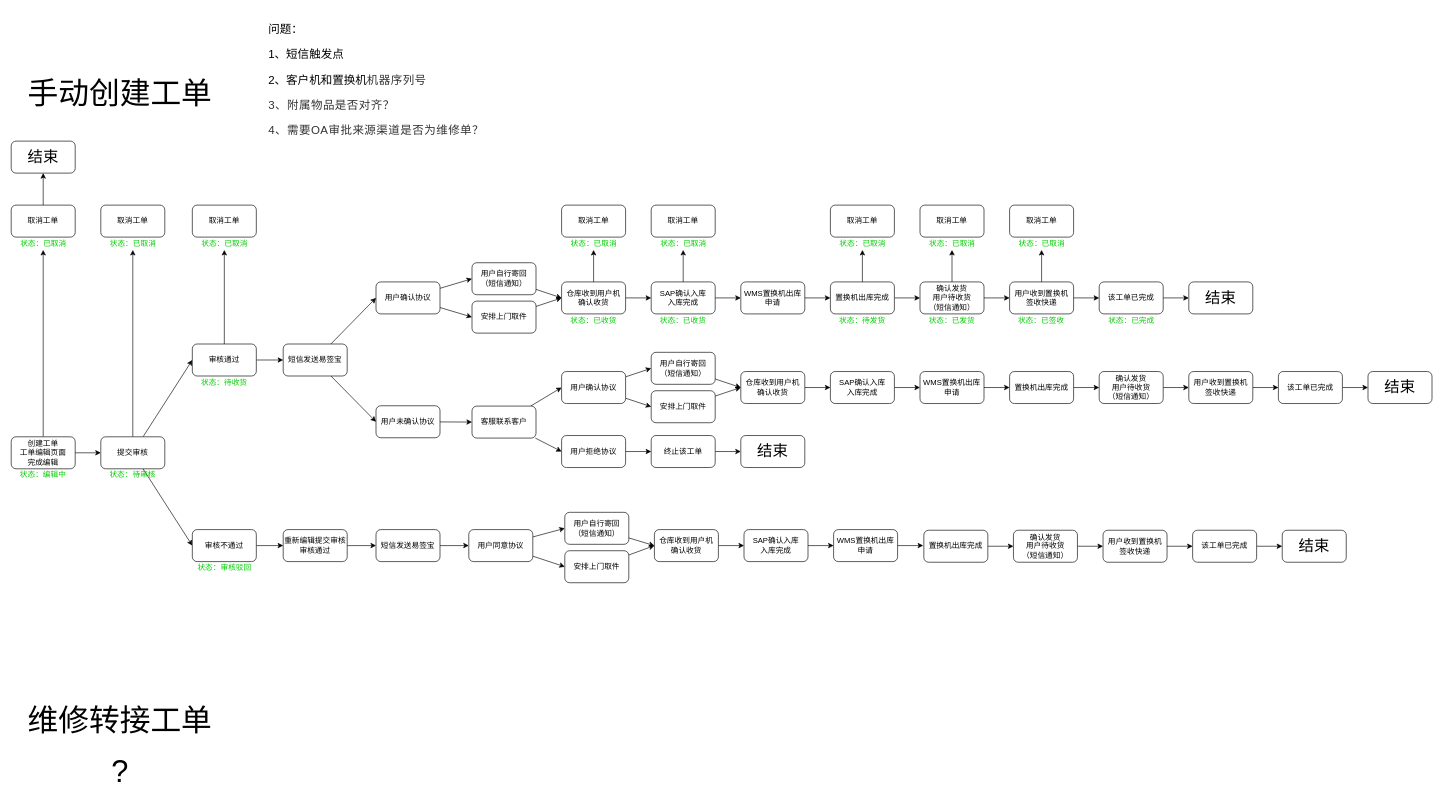
ErbanZ/DOG keeps this draw.io diagram as 场景.drawio. Above is the earlier version. Source tidied: cells renumbered, new cells numbered last; positions are measured from the earlier drawing's top-left corner, leaving out a move shared by most shapes. Both pictures are drawn from the tidied source at 64%, with x=0, y=0 at pixel (11, 19).
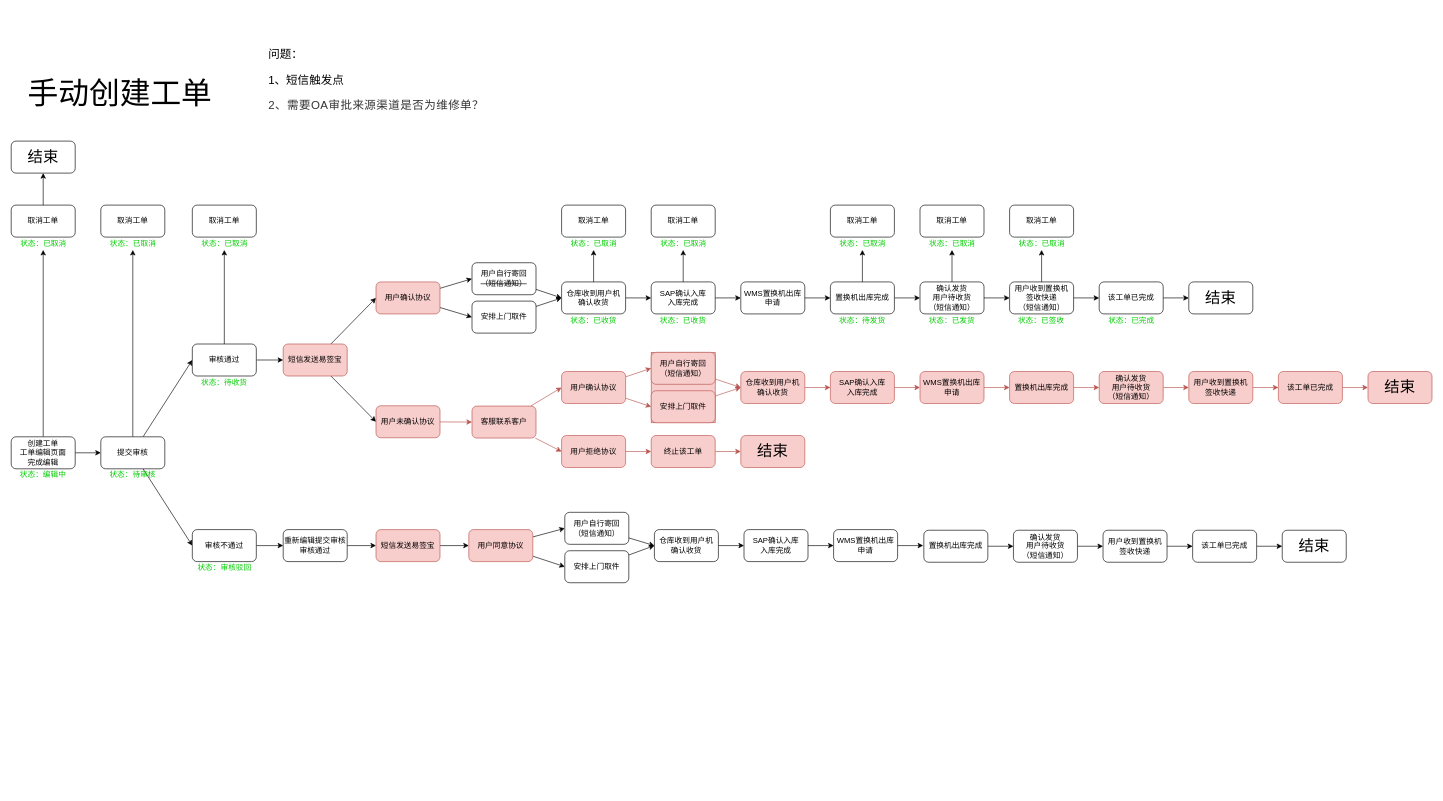
After the change.

Commit message:
完成需求评审

The change refers to these unchanged cells:
```xml
<mxCell id="22" style="group;" parent="1" vertex="1">
  <mxGeometry x="720" y="380" width="100" height="110" as="geometry" />
</mxCell>
```

Diff of the diagram source:
```diff
@@
-    <mxCell id="15" value="短信发送易签宝" style="rounded=1;whiteSpace=wrap;html=1;" parent="1" vertex="1">
+    <mxCell id="15" value="短信发送易签宝" style="rounded=1;whiteSpace=wrap;html=1;fillColor=#f8cecc;strokeColor=#b85450;" parent="1" vertex="1">
       <mxGeometry x="425" y="507" width="100" height="50" as="geometry" />
     </mxCell>
@@
-    <mxCell id="18" value="用户确认协议" style="rounded=1;whiteSpace=wrap;html=1;" parent="1" vertex="1">
+    <mxCell id="18" value="用户确认协议" style="rounded=1;whiteSpace=wrap;html=1;fillColor=#f8cecc;strokeColor=#b85450;" parent="1" vertex="1">
       <mxGeometry x="570" y="410" width="100" height="50" as="geometry" />
     </mxCell>
@@
-    <mxCell id="23" value="用户自行寄回&lt;br&gt;（短信通知）" style="rounded=1;whiteSpace=wrap;html=1;" parent="22" vertex="1">
+    <mxCell id="23" value="用户自行寄回&lt;br&gt;&lt;strike&gt;（短信通知）&lt;/strike&gt;" style="rounded=1;whiteSpace=wrap;html=1;" parent="22" vertex="1">
       <mxGeometry width="100" height="50" as="geometry" />
     </mxCell>
@@
-    <mxCell id="32" value="用户收到置换机&lt;br&gt;签收快递" style="rounded=1;whiteSpace=wrap;html=1;" parent="1" vertex="1">
+    <mxCell id="32" value="用户收到置换机&lt;br&gt;签收快递&lt;br&gt;（短信通知）" style="rounded=1;whiteSpace=wrap;html=1;" parent="1" vertex="1">
       <mxGeometry x="1560" y="410" width="100" height="50" as="geometry" />
     </mxCell>
@@
-    <mxCell id="40" value="短信发送易签宝" style="rounded=1;whiteSpace=wrap;html=1;" parent="1" vertex="1">
+    <mxCell id="40" value="短信发送易签宝" style="rounded=1;whiteSpace=wrap;html=1;fillColor=#f8cecc;strokeColor=#b85450;" parent="1" vertex="1">
       <mxGeometry x="570" y="797" width="100" height="50" as="geometry" />
     </mxCell>
@@
-    <mxCell id="43" value="用户同意协议" style="rounded=1;whiteSpace=wrap;html=1;" parent="1" vertex="1">
+    <mxCell id="43" value="用户同意协议" style="rounded=1;whiteSpace=wrap;html=1;fillColor=#f8cecc;strokeColor=#b85450;" parent="1" vertex="1">
       <mxGeometry x="715" y="797" width="100" height="50" as="geometry" />
     </mxCell>
@@
-    <mxCell id="53" style="edgeStyle=none;rounded=0;jettySize=auto;html=1;entryX=0;entryY=0.5;entryDx=0;entryDy=0;" parent="1" edge="1" source="54" target="57">
+    <mxCell id="53" style="edgeStyle=none;rounded=0;jettySize=auto;html=1;entryX=0;entryY=0.5;entryDx=0;entryDy=0;fillColor=#f8cecc;strokeColor=#b85450;" parent="1" edge="1" source="54" target="57">
       <mxGeometry relative="1" as="geometry" />
     </mxCell>
-    <mxCell id="54" value="用户未确认协议" style="rounded=1;whiteSpace=wrap;html=1;" parent="1" vertex="1">
+    <mxCell id="54" value="用户未确认协议" style="rounded=1;whiteSpace=wrap;html=1;fillColor=#f8cecc;strokeColor=#b85450;" parent="1" vertex="1">
       <mxGeometry x="570" y="603.5" width="100" height="50" as="geometry" />
     </mxCell>
-    <mxCell id="55" style="edgeStyle=none;rounded=0;jettySize=auto;html=1;entryX=0;entryY=0.5;entryDx=0;entryDy=0;" parent="1" edge="1" source="57" target="64">
+    <mxCell id="55" style="edgeStyle=none;rounded=0;jettySize=auto;html=1;entryX=0;entryY=0.5;entryDx=0;entryDy=0;fillColor=#f8cecc;strokeColor=#b85450;" parent="1" edge="1" source="57" target="64">
       <mxGeometry relative="1" as="geometry" />
     </mxCell>
-    <mxCell id="56" style="edgeStyle=none;rounded=0;jettySize=auto;html=1;entryX=0;entryY=0.5;entryDx=0;entryDy=0;" parent="1" edge="1" source="57" target="66">
+    <mxCell id="56" style="edgeStyle=none;rounded=0;jettySize=auto;html=1;entryX=0;entryY=0.5;entryDx=0;entryDy=0;fillColor=#f8cecc;strokeColor=#b85450;" parent="1" edge="1" source="57" target="66">
       <mxGeometry relative="1" as="geometry" />
     </mxCell>
-    <mxCell id="57" value="客服联系客户" style="rounded=1;whiteSpace=wrap;html=1;" parent="1" vertex="1">
+    <mxCell id="57" value="客服联系客户" style="rounded=1;whiteSpace=wrap;html=1;fillColor=#f8cecc;strokeColor=#b85450;" parent="1" vertex="1">
       <mxGeometry x="720" y="604" width="100" height="50" as="geometry" />
     </mxCell>
-    <mxCell id="58" style="edgeStyle=none;rounded=0;jettySize=auto;html=1;entryX=0;entryY=0.5;entryDx=0;entryDy=0;" parent="1" edge="1" source="59" target="60">
+    <mxCell id="58" style="edgeStyle=none;rounded=0;jettySize=auto;html=1;entryX=0;entryY=0.5;entryDx=0;entryDy=0;fillColor=#f8cecc;strokeColor=#b85450;" parent="1" edge="1" source="59" target="60">
       <mxGeometry relative="1" as="geometry" />
     </mxCell>
-    <mxCell id="59" value="终止该工单" style="rounded=1;whiteSpace=wrap;html=1;" parent="1" vertex="1">
+    <mxCell id="59" value="终止该工单" style="rounded=1;whiteSpace=wrap;html=1;fillColor=#f8cecc;strokeColor=#b85450;" parent="1" vertex="1">
       <mxGeometry x="1000" y="650" width="100" height="50" as="geometry" />
     </mxCell>
-    <mxCell id="60" value="&lt;font style=&quot;font-size: 24px&quot;&gt;结束&lt;/font&gt;" style="rounded=1;whiteSpace=wrap;html=1;" parent="1" vertex="1">
+    <mxCell id="60" value="&lt;font style=&quot;font-size: 24px&quot;&gt;结束&lt;/font&gt;" style="rounded=1;whiteSpace=wrap;html=1;fillColor=#f8cecc;strokeColor=#b85450;" parent="1" vertex="1">
       <mxGeometry x="1140" y="650" width="100" height="50" as="geometry" />
     </mxCell>
@@
-    <mxCell id="62" style="edgeStyle=none;rounded=0;jettySize=auto;html=1;entryX=0;entryY=0.5;entryDx=0;entryDy=0;" parent="1" edge="1" source="64" target="70">
+    <mxCell id="62" style="edgeStyle=none;rounded=0;jettySize=auto;html=1;entryX=0;entryY=0.5;entryDx=0;entryDy=0;fillColor=#f8cecc;strokeColor=#b85450;" parent="1" edge="1" source="64" target="70">
       <mxGeometry relative="1" as="geometry" />
     </mxCell>
-    <mxCell id="63" style="edgeStyle=none;rounded=0;jettySize=auto;html=1;entryX=0;entryY=0.5;entryDx=0;entryDy=0;" parent="1" edge="1" source="64" target="71">
+    <mxCell id="63" style="edgeStyle=none;rounded=0;jettySize=auto;html=1;entryX=0;entryY=0.5;entryDx=0;entryDy=0;fillColor=#f8cecc;strokeColor=#b85450;" parent="1" edge="1" source="64" target="71">
       <mxGeometry relative="1" as="geometry" />
     </mxCell>
-    <mxCell id="64" value="用户确认协议" style="rounded=1;whiteSpace=wrap;html=1;" parent="1" vertex="1">
+    <mxCell id="64" value="用户确认协议" style="rounded=1;whiteSpace=wrap;html=1;fillColor=#f8cecc;strokeColor=#b85450;" parent="1" vertex="1">
       <mxGeometry x="860" y="550" width="100" height="50" as="geometry" />
     </mxCell>
-    <mxCell id="65" style="edgeStyle=none;rounded=0;jettySize=auto;html=1;entryX=0;entryY=0.5;entryDx=0;entryDy=0;" parent="1" edge="1" source="66" target="59">
+    <mxCell id="65" style="edgeStyle=none;rounded=0;jettySize=auto;html=1;entryX=0;entryY=0.5;entryDx=0;entryDy=0;fillColor=#f8cecc;strokeColor=#b85450;" parent="1" edge="1" source="66" target="59">
       <mxGeometry relative="1" as="geometry" />
     </mxCell>
-    <mxCell id="66" value="用户拒绝协议" style="rounded=1;whiteSpace=wrap;html=1;" parent="1" vertex="1">
+    <mxCell id="66" value="用户拒绝协议" style="rounded=1;whiteSpace=wrap;html=1;fillColor=#f8cecc;strokeColor=#b85450;" parent="1" vertex="1">
       <mxGeometry x="860" y="650" width="100" height="50" as="geometry" />
     </mxCell>
-    <mxCell id="67" style="edgeStyle=none;rounded=0;jettySize=auto;html=1;entryX=0;entryY=0.5;entryDx=0;entryDy=0;" parent="1" edge="1" source="68" target="73">
+    <mxCell id="67" style="edgeStyle=none;rounded=0;jettySize=auto;html=1;entryX=0;entryY=0.5;entryDx=0;entryDy=0;fillColor=#f8cecc;strokeColor=#b85450;" parent="1" edge="1" source="68" target="73">
       <mxGeometry relative="1" as="geometry" />
     </mxCell>
-    <mxCell id="68" value="仓库收到用户机&lt;br&gt;确认收货" style="rounded=1;whiteSpace=wrap;html=1;" parent="1" vertex="1">
+    <mxCell id="68" value="仓库收到用户机&lt;br&gt;确认收货" style="rounded=1;whiteSpace=wrap;html=1;fillColor=#f8cecc;strokeColor=#b85450;" parent="1" vertex="1">
       <mxGeometry x="1140" y="550" width="100" height="50" as="geometry" />
     </mxCell>
-    <mxCell id="69" style="group;" parent="1" vertex="1">
+    <mxCell id="69" style="group;fillColor=#f8cecc;strokeColor=#b85450;" parent="1" vertex="1">
       <mxGeometry x="1000" y="520" width="100" height="110" as="geometry" />
     </mxCell>
-    <mxCell id="70" value="用户自行寄回&lt;br&gt;（短信通知）" style="rounded=1;whiteSpace=wrap;html=1;" parent="69" vertex="1">
+    <mxCell id="70" value="用户自行寄回&lt;br&gt;（短信通知）" style="rounded=1;whiteSpace=wrap;html=1;fillColor=#f8cecc;strokeColor=#b85450;" parent="69" vertex="1">
       <mxGeometry width="100" height="50" as="geometry" />
     </mxCell>
-    <mxCell id="71" value="安排上门取件" style="rounded=1;whiteSpace=wrap;html=1;" parent="69" vertex="1">
+    <mxCell id="71" value="安排上门取件" style="rounded=1;whiteSpace=wrap;html=1;fillColor=#f8cecc;strokeColor=#b85450;" parent="69" vertex="1">
       <mxGeometry y="60" width="100" height="50" as="geometry" />
     </mxCell>
-    <mxCell id="72" style="edgeStyle=none;rounded=0;jettySize=auto;html=1;entryX=0;entryY=0.5;entryDx=0;entryDy=0;" parent="1" edge="1" source="73" target="75">
+    <mxCell id="72" style="edgeStyle=none;rounded=0;jettySize=auto;html=1;entryX=0;entryY=0.5;entryDx=0;entryDy=0;fillColor=#f8cecc;strokeColor=#b85450;" parent="1" edge="1" source="73" target="75">
       <mxGeometry relative="1" as="geometry" />
     </mxCell>
-    <mxCell id="73" value="SAP确认入库&lt;br&gt;入库完成" style="rounded=1;whiteSpace=wrap;html=1;" parent="1" vertex="1">
+    <mxCell id="73" value="SAP确认入库&lt;br&gt;入库完成" style="rounded=1;whiteSpace=wrap;html=1;fillColor=#f8cecc;strokeColor=#b85450;" parent="1" vertex="1">
       <mxGeometry x="1280" y="550" width="100" height="50" as="geometry" />
     </mxCell>
-    <mxCell id="74" style="edgeStyle=none;rounded=0;jettySize=auto;html=1;entryX=0;entryY=0.5;entryDx=0;entryDy=0;" parent="1" edge="1" source="75">
+    <mxCell id="74" style="edgeStyle=none;rounded=0;jettySize=auto;html=1;entryX=0;entryY=0.5;entryDx=0;entryDy=0;fillColor=#f8cecc;strokeColor=#b85450;" parent="1" edge="1" source="75">
       <mxGeometry relative="1" as="geometry">
         <mxPoint x="1560" y="575" as="targetPoint" />
       </mxGeometry>
     </mxCell>
-    <mxCell id="75" value="WMS置换机出库申请" style="rounded=1;whiteSpace=wrap;html=1;" parent="1" vertex="1">
+    <mxCell id="75" value="WMS置换机出库申请" style="rounded=1;whiteSpace=wrap;html=1;fillColor=#f8cecc;strokeColor=#b85450;" parent="1" vertex="1">
       <mxGeometry x="1420" y="550" width="100" height="50" as="geometry" />
     </mxCell>
@@
-    <mxCell id="78" style="edgeStyle=none;rounded=0;jettySize=auto;html=1;entryX=0;entryY=0.5;entryDx=0;entryDy=0;" parent="1" edge="1" source="70" target="68">
+    <mxCell id="78" style="edgeStyle=none;rounded=0;jettySize=auto;html=1;entryX=0;entryY=0.5;entryDx=0;entryDy=0;fillColor=#f8cecc;strokeColor=#b85450;" parent="1" edge="1" source="70" target="68">
       <mxGeometry relative="1" as="geometry" />
     </mxCell>
-    <mxCell id="79" style="edgeStyle=none;rounded=0;jettySize=auto;html=1;entryX=0;entryY=0.5;entryDx=0;entryDy=0;" parent="1" edge="1" source="71" target="68">
+    <mxCell id="79" style="edgeStyle=none;rounded=0;jettySize=auto;html=1;entryX=0;entryY=0.5;entryDx=0;entryDy=0;fillColor=#f8cecc;strokeColor=#b85450;" parent="1" edge="1" source="71" target="68">
       <mxGeometry relative="1" as="geometry" />
     </mxCell>
@@
-    <mxCell id="88" style="edgeStyle=none;rounded=0;jettySize=auto;html=1;entryX=0;entryY=0.5;entryDx=0;entryDy=0;" parent="1" edge="1" source="89" target="91">
+    <mxCell id="88" style="edgeStyle=none;rounded=0;jettySize=auto;html=1;entryX=0;entryY=0.5;entryDx=0;entryDy=0;fillColor=#f8cecc;strokeColor=#b85450;" parent="1" edge="1" source="89" target="91">
       <mxGeometry relative="1" as="geometry" />
     </mxCell>
-    <mxCell id="89" value="用户收到置换机&lt;br&gt;签收快递" style="rounded=1;whiteSpace=wrap;html=1;" parent="1" vertex="1">
+    <mxCell id="89" value="用户收到置换机&lt;br&gt;签收快递" style="rounded=1;whiteSpace=wrap;html=1;fillColor=#f8cecc;strokeColor=#b85450;" parent="1" vertex="1">
       <mxGeometry x="1840" y="550" width="100" height="50" as="geometry" />
     </mxCell>
-    <mxCell id="90" style="edgeStyle=none;rounded=0;jettySize=auto;html=1;entryX=0;entryY=0.5;entryDx=0;entryDy=0;" parent="1" edge="1" source="91" target="92">
+    <mxCell id="90" style="edgeStyle=none;rounded=0;jettySize=auto;html=1;entryX=0;entryY=0.5;entryDx=0;entryDy=0;fillColor=#f8cecc;strokeColor=#b85450;" parent="1" edge="1" source="91" target="92">
       <mxGeometry relative="1" as="geometry" />
     </mxCell>
-    <mxCell id="91" value="该工单已完成" style="rounded=1;whiteSpace=wrap;html=1;" parent="1" vertex="1">
+    <mxCell id="91" value="该工单已完成" style="rounded=1;whiteSpace=wrap;html=1;fillColor=#f8cecc;strokeColor=#b85450;" parent="1" vertex="1">
       <mxGeometry x="1980" y="550" width="100" height="50" as="geometry" />
     </mxCell>
-    <mxCell id="92" value="&lt;font style=&quot;font-size: 24px&quot;&gt;结束&lt;/font&gt;" style="rounded=1;whiteSpace=wrap;html=1;" parent="1" vertex="1">
+    <mxCell id="92" value="&lt;font style=&quot;font-size: 24px&quot;&gt;结束&lt;/font&gt;" style="rounded=1;whiteSpace=wrap;html=1;fillColor=#f8cecc;strokeColor=#b85450;" parent="1" vertex="1">
       <mxGeometry x="2120" y="550" width="100" height="50" as="geometry" />
     </mxCell>
-    <mxCell id="93" style="edgeStyle=orthogonalEdgeStyle;rounded=0;jettySize=auto;html=1;entryX=0;entryY=0.5;entryDx=0;entryDy=0;" parent="1" edge="1" source="94" target="96">
+    <mxCell id="93" style="edgeStyle=orthogonalEdgeStyle;rounded=0;jettySize=auto;html=1;entryX=0;entryY=0.5;entryDx=0;entryDy=0;fillColor=#f8cecc;strokeColor=#b85450;" parent="1" edge="1" source="94" target="96">
       <mxGeometry relative="1" as="geometry" />
     </mxCell>
-    <mxCell id="94" value="置换机出库完成&lt;br&gt;" style="rounded=1;whiteSpace=wrap;html=1;" parent="1" vertex="1">
+    <mxCell id="94" value="置换机出库完成&lt;br&gt;" style="rounded=1;whiteSpace=wrap;html=1;fillColor=#f8cecc;strokeColor=#b85450;" parent="1" vertex="1">
       <mxGeometry x="1560" y="550" width="100" height="50" as="geometry" />
     </mxCell>
-    <mxCell id="95" style="edgeStyle=orthogonalEdgeStyle;rounded=0;jettySize=auto;html=1;entryX=0;entryY=0.5;entryDx=0;entryDy=0;" parent="1" edge="1" source="96" target="89">
+    <mxCell id="95" style="edgeStyle=orthogonalEdgeStyle;rounded=0;jettySize=auto;html=1;entryX=0;entryY=0.5;entryDx=0;entryDy=0;fillColor=#f8cecc;strokeColor=#b85450;" parent="1" edge="1" source="96" target="89">
       <mxGeometry relative="1" as="geometry" />
     </mxCell>
-    <mxCell id="96" value="&lt;span style=&quot;font-family: &amp;#34;helvetica&amp;#34;&quot;&gt;确认发货&lt;br&gt;用户待收货&lt;/span&gt;&lt;br style=&quot;font-family: &amp;#34;helvetica&amp;#34;&quot;&gt;&lt;span style=&quot;font-family: &amp;#34;helvetica&amp;#34;&quot;&gt;（短信通知）&lt;/span&gt;" style="rounded=1;whiteSpace=wrap;html=1;" parent="1" vertex="1">
+    <mxCell id="96" value="&lt;span style=&quot;font-family: &amp;#34;helvetica&amp;#34;&quot;&gt;确认发货&lt;br&gt;用户待收货&lt;/span&gt;&lt;br style=&quot;font-family: &amp;#34;helvetica&amp;#34;&quot;&gt;&lt;span style=&quot;font-family: &amp;#34;helvetica&amp;#34;&quot;&gt;（短信通知）&lt;/span&gt;" style="rounded=1;whiteSpace=wrap;html=1;fillColor=#f8cecc;strokeColor=#b85450;" parent="1" vertex="1">
       <mxGeometry x="1700" y="550" width="100" height="50" as="geometry" />
     </mxCell>
@@
-    <mxCell id="142" value="&lt;font style=&quot;font-size: 48px&quot;&gt;维修转接工单&lt;/font&gt;" style="text;html=1;strokeColor=none;fillColor=none;align=center;verticalAlign=middle;whiteSpace=wrap;rounded=0;" parent="1" vertex="1">
-      <mxGeometry x="10" y="1070" width="320" height="50" as="geometry" />
-    </mxCell>
-    <mxCell id="143" value="&lt;font style=&quot;font-size: 48px&quot;&gt;?&lt;/font&gt;" style="text;html=1;strokeColor=none;fillColor=none;align=center;verticalAlign=middle;whiteSpace=wrap;rounded=0;" parent="1" vertex="1">
-      <mxGeometry x="10" y="1150" width="320" height="50" as="geometry" />
-    </mxCell>
-    <mxCell id="144" value="&lt;p style=&quot;font-size: 18px&quot;&gt;&lt;font style=&quot;font-size: 18px&quot;&gt;&lt;font style=&quot;font-size: 18px&quot;&gt;问题：&lt;br&gt;&lt;/font&gt;&lt;/font&gt;&lt;/p&gt;&lt;p style=&quot;font-size: 18px&quot;&gt;&lt;font style=&quot;font-size: 18px&quot;&gt;&lt;font style=&quot;font-size: 18px&quot;&gt;1、短信触发点&lt;br&gt;&lt;/font&gt;&lt;/font&gt;&lt;/p&gt;&lt;p style=&quot;font-size: 18px&quot;&gt;&lt;font style=&quot;font-size: 18px&quot;&gt;&lt;font style=&quot;font-size: 18px&quot;&gt;2、客户机和置换机&lt;span style=&quot;color: rgb(51 , 51 , 51) ; letter-spacing: 0.7px&quot;&gt;机器序列号&lt;br&gt;&lt;/span&gt;&lt;/font&gt;&lt;/font&gt;&lt;/p&gt;&lt;p style=&quot;font-size: 18px&quot;&gt;&lt;span style=&quot;color: rgb(51 , 51 , 51) ; font-family: &amp;#34;helvetica&amp;#34; ; letter-spacing: 0.7px&quot;&gt;&lt;font style=&quot;font-size: 18px&quot;&gt;3、附属物品是否对齐？&lt;br&gt;&lt;/font&gt;&lt;/span&gt;&lt;/p&gt;&lt;p style=&quot;font-size: 18px&quot;&gt;&lt;span style=&quot;color: rgb(51 , 51 , 51) ; font-family: &amp;#34;helvetica&amp;#34; ; letter-spacing: 0.7px&quot;&gt;&lt;font style=&quot;font-size: 18px&quot;&gt;4、需要OA审批来源渠道是否为维修单？&lt;/font&gt;&lt;/span&gt;&lt;/p&gt;&lt;p&gt;&lt;/p&gt;&lt;p&gt;&lt;/p&gt;&lt;p&gt;&lt;/p&gt;&lt;p&gt;&lt;/p&gt;" style="text;html=1;strokeColor=none;fillColor=none;align=left;verticalAlign=middle;whiteSpace=wrap;rounded=0;" parent="1" vertex="1">
+    <mxCell id="144" value="&lt;p style=&quot;font-size: 18px&quot;&gt;&lt;font style=&quot;font-size: 18px&quot;&gt;&lt;font style=&quot;font-size: 18px&quot;&gt;问题：&lt;br&gt;&lt;/font&gt;&lt;/font&gt;&lt;/p&gt;&lt;p style=&quot;font-size: 18px&quot;&gt;&lt;font style=&quot;font-size: 18px&quot;&gt;&lt;font style=&quot;font-size: 18px&quot;&gt;1、短信触发点&lt;br&gt;&lt;/font&gt;&lt;/font&gt;&lt;/p&gt;&lt;p style=&quot;font-size: 18px&quot;&gt;&lt;span style=&quot;color: rgb(51 , 51 , 51) ; font-family: &amp;#34;helvetica&amp;#34; ; letter-spacing: 0.7px&quot;&gt;2、需要OA审批来源渠道是否为维修单？&lt;/span&gt;&lt;br&gt;&lt;/p&gt;&lt;p&gt;&lt;/p&gt;&lt;p&gt;&lt;/p&gt;&lt;p&gt;&lt;/p&gt;&lt;p&gt;&lt;/p&gt;" style="text;html=1;strokeColor=none;fillColor=none;align=left;verticalAlign=middle;whiteSpace=wrap;rounded=0;" parent="1" vertex="1">
       <mxGeometry x="400" width="390" height="190" as="geometry" />
     </mxCell>
```
